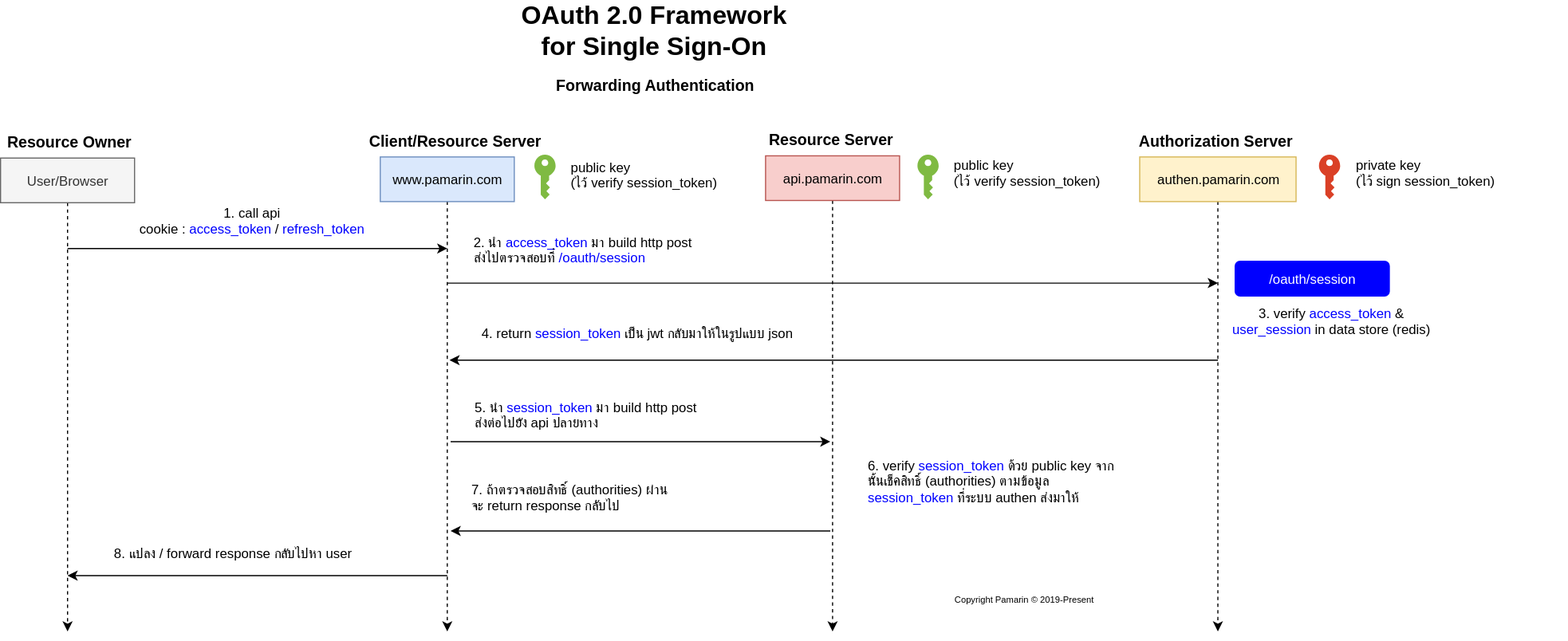
Earlier version of the draw.io export document/authentication/forward-authentication.svg (emeraldtechco/developer.pamarin.com). Source tidied: cells renumbered, new cells last; positions are measured from the earlier drawing's top-left corner, leaving out a move shared by most shapes. Source of this version:
```xml
<mxGraphModel>
  <root>
    <mxCell id="0" />
    <mxCell id="1" parent="0" />
    <mxCell id="2" style="edgeStyle=orthogonalEdgeStyle;rounded=0;jettySize=auto;html=1;dashed=1;exitX=0.5;exitY=1;exitDx=0;exitDy=0;" parent="1" edge="1" source="5">
      <mxGeometry relative="1" as="geometry">
        <mxPoint x="60" y="549" as="targetPoint" />
      </mxGeometry>
    </mxCell>
    <mxCell id="3" style="edgeStyle=orthogonalEdgeStyle;rounded=0;jettySize=auto;html=1;dashed=1;" parent="1" edge="1" source="4">
      <mxGeometry relative="1" as="geometry">
        <mxPoint x="400" y="549" as="targetPoint" />
      </mxGeometry>
    </mxCell>
    <mxCell id="4" value="www.pamarin.com" style="rounded=0;whiteSpace=wrap;html=1;fillColor=#dae8fc;strokeColor=#6c8ebf;" parent="1" vertex="1">
      <mxGeometry x="340" y="124" width="120" height="40" as="geometry" />
    </mxCell>
    <mxCell id="5" value="User/Browser" style="rounded=0;whiteSpace=wrap;html=1;fillColor=#f5f5f5;strokeColor=#666666;fontColor=#333333;" parent="1" vertex="1">
      <mxGeometry y="125" width="120" height="40" as="geometry" />
    </mxCell>
    <mxCell id="6" style="edgeStyle=orthogonalEdgeStyle;rounded=0;jettySize=auto;html=1;dashed=1;" parent="1" edge="1" source="7">
      <mxGeometry relative="1" as="geometry">
        <mxPoint x="1090" y="549" as="targetPoint" />
      </mxGeometry>
    </mxCell>
    <mxCell id="7" value="authen.pamarin.com" style="rounded=0;whiteSpace=wrap;html=1;fillColor=#fff2cc;strokeColor=#d6b656;" parent="1" vertex="1">
      <mxGeometry x="1020" y="124" width="140" height="40" as="geometry" />
    </mxCell>
    <mxCell id="8" style="endArrow=classic;html=1;" parent="1" edge="1">
      <mxGeometry relative="1" as="geometry">
        <mxPoint x="60" y="206" as="sourcePoint" />
        <mxPoint x="400" y="206" as="targetPoint" />
      </mxGeometry>
    </mxCell>
    <mxCell id="9" value="2. นำ &lt;font color=&quot;#0000ff&quot;&gt;access_token&lt;/font&gt; มา build http post &lt;br&gt;ส่งไปตรวจสอบที่ &lt;font color=&quot;#0000ff&quot;&gt;/oauth/session&lt;/font&gt;" style="text;html=1;strokeColor=none;fillColor=none;align=left;verticalAlign=middle;whiteSpace=wrap;rounded=0;" parent="1" vertex="1">
      <mxGeometry x="422" y="197" width="391" height="20" as="geometry" />
    </mxCell>
    <mxCell id="10" value="1. call api&lt;br&gt;cookie : &lt;font color=&quot;#0000ff&quot;&gt;access_token&lt;/font&gt; / &lt;font color=&quot;#0000ff&quot;&gt;refresh_token&lt;/font&gt;" style="text;html=1;strokeColor=none;fillColor=none;align=center;verticalAlign=middle;whiteSpace=wrap;rounded=0;" parent="1" vertex="1">
      <mxGeometry x="114" y="171" width="220" height="20" as="geometry" />
    </mxCell>
    <mxCell id="11" value="3. verify&amp;nbsp;&lt;font color=&quot;#0000ff&quot;&gt;access_token &lt;/font&gt;&amp;amp;&lt;font color=&quot;#0000ff&quot;&gt; user_session &lt;/font&gt;in data store (redis)" style="text;html=1;strokeColor=none;fillColor=none;align=center;verticalAlign=middle;whiteSpace=wrap;rounded=0;" parent="1" vertex="1">
      <mxGeometry x="1101" y="261" width="182" height="20" as="geometry" />
    </mxCell>
    <mxCell id="12" style="endArrow=classic;html=1;" parent="1" edge="1">
      <mxGeometry relative="1" as="geometry">
        <mxPoint x="400" y="237" as="sourcePoint" />
        <mxPoint x="1090" y="237" as="targetPoint" />
      </mxGeometry>
    </mxCell>
    <mxCell id="13" style="endArrow=classic;html=1;" parent="1" edge="1">
      <mxGeometry relative="1" as="geometry">
        <mxPoint x="1090" y="306" as="sourcePoint" />
        <mxPoint x="402" y="306" as="targetPoint" />
      </mxGeometry>
    </mxCell>
    <mxCell id="14" value="4. return &lt;font color=&quot;#0000ff&quot;&gt;session_token&lt;/font&gt;&amp;nbsp;เป็น jwt กลับมาให้ในรูปแบบ json" style="text;html=1;strokeColor=none;fillColor=none;align=center;verticalAlign=middle;whiteSpace=wrap;rounded=0;" parent="1" vertex="1">
      <mxGeometry x="420" y="272" width="299" height="20" as="geometry" />
    </mxCell>
    <mxCell id="15" value="&lt;font color=&quot;#ffffff&quot;&gt;/oauth/session&lt;/font&gt;" style="rounded=1;whiteSpace=wrap;html=1;fillColor=#0000FF;strokeColor=none;" parent="1" vertex="1">
      <mxGeometry x="1105" y="217" width="139" height="32" as="geometry" />
    </mxCell>
    <mxCell id="16" value="&lt;b&gt;&lt;font style=&quot;font-size: 14px&quot;&gt;Forwarding Authentication&lt;/font&gt;&lt;/b&gt;" style="text;html=1;strokeColor=none;fillColor=none;align=center;verticalAlign=middle;whiteSpace=wrap;rounded=0;" parent="1" vertex="1">
      <mxGeometry x="486" y="49" width="200" height="20" as="geometry" />
    </mxCell>
    <mxCell id="17" value="&lt;b&gt;&lt;font style=&quot;font-size: 14px&quot;&gt;Resource Owner&lt;/font&gt;&lt;/b&gt;" style="text;html=1;strokeColor=none;fillColor=none;align=center;verticalAlign=middle;whiteSpace=wrap;rounded=0;" parent="1" vertex="1">
      <mxGeometry x="3" y="100" width="116" height="20" as="geometry" />
    </mxCell>
    <mxCell id="18" value="&lt;b&gt;&lt;font style=&quot;font-size: 14px&quot;&gt;Authorization Server&lt;/font&gt;&lt;/b&gt;" style="text;html=1;strokeColor=none;fillColor=none;align=center;verticalAlign=middle;whiteSpace=wrap;rounded=0;" parent="1" vertex="1">
      <mxGeometry x="999" y="99" width="177" height="20" as="geometry" />
    </mxCell>
    <mxCell id="19" value="&lt;b style=&quot;font-size: 23px&quot;&gt;&lt;font style=&quot;font-size: 23px&quot;&gt;OAuth 2.0 Framework &lt;br&gt;for Single Sign-On &lt;br&gt;&lt;/font&gt;&lt;/b&gt;" style="text;html=1;strokeColor=none;fillColor=none;align=center;verticalAlign=middle;whiteSpace=wrap;rounded=0;" parent="1" vertex="1">
      <mxGeometry x="460" width="250" height="20" as="geometry" />
    </mxCell>
    <mxCell id="20" style="edgeStyle=orthogonalEdgeStyle;rounded=0;jettySize=auto;html=1;dashed=1;" parent="1" edge="1" source="21">
      <mxGeometry relative="1" as="geometry">
        <mxPoint x="745" y="549" as="targetPoint" />
      </mxGeometry>
    </mxCell>
    <mxCell id="21" value="api.pamarin.com" style="rounded=0;whiteSpace=wrap;html=1;fillColor=#f8cecc;strokeColor=#b85450;" parent="1" vertex="1">
      <mxGeometry x="685" y="123" width="120" height="40" as="geometry" />
    </mxCell>
    <mxCell id="22" value="&lt;b&gt;&lt;font style=&quot;font-size: 14px&quot;&gt;Resource Server&lt;/font&gt;&lt;/b&gt;" style="text;html=1;strokeColor=none;fillColor=none;align=center;verticalAlign=middle;whiteSpace=wrap;rounded=0;" parent="1" vertex="1">
      <mxGeometry x="655" y="98" width="177" height="20" as="geometry" />
    </mxCell>
    <mxCell id="23" style="endArrow=classic;html=1;" parent="1" edge="1">
      <mxGeometry relative="1" as="geometry">
        <mxPoint x="403" y="379" as="sourcePoint" />
        <mxPoint x="743" y="379" as="targetPoint" />
      </mxGeometry>
    </mxCell>
    <mxCell id="24" value="5. นำ &lt;font color=&quot;#0000ff&quot;&gt;session_token&lt;/font&gt; มา build http post&lt;br&gt;ส่งต่อไปยัง api ปลายทาง" style="text;html=1;strokeColor=none;fillColor=none;align=left;verticalAlign=middle;whiteSpace=wrap;rounded=0;" parent="1" vertex="1">
      <mxGeometry x="423" y="345" width="299" height="20" as="geometry" />
    </mxCell>
    <mxCell id="25" value="7. ถ้าตรวจสอบสิทธิ์ (authorities) ผ่าน&lt;br&gt;จะ return response กลับไป" style="text;html=1;strokeColor=none;fillColor=none;align=left;verticalAlign=middle;whiteSpace=wrap;rounded=0;" parent="1" vertex="1">
      <mxGeometry x="420" y="419" width="227" height="20" as="geometry" />
    </mxCell>
    <mxCell id="26" style="endArrow=classic;html=1;" parent="1" edge="1">
      <mxGeometry relative="1" as="geometry">
        <mxPoint x="743" y="459" as="sourcePoint" />
        <mxPoint x="403" y="459" as="targetPoint" />
      </mxGeometry>
    </mxCell>
    <mxCell id="27" value="6. verify &lt;font color=&quot;#0000ff&quot;&gt;session_token&lt;/font&gt; ด้วย public key จากนั้นเช็คสิทธิ์ (authorities) ตามข้อมูล &lt;br&gt;&lt;font color=&quot;#0000ff&quot;&gt;session_token&lt;/font&gt; ที่ระบบ authen ส่งมาให้" style="text;html=1;strokeColor=none;fillColor=none;align=left;verticalAlign=middle;whiteSpace=wrap;rounded=0;" parent="1" vertex="1">
      <mxGeometry x="775" y="404" width="227" height="20" as="geometry" />
    </mxCell>
    <mxCell id="28" style="endArrow=classic;html=1;" parent="1" edge="1">
      <mxGeometry relative="1" as="geometry">
        <mxPoint x="400" y="499" as="sourcePoint" />
        <mxPoint x="60" y="499" as="targetPoint" />
      </mxGeometry>
    </mxCell>
    <mxCell id="29" value="8. แปลง / forward response กลับไปหา user&amp;nbsp;" style="text;html=1;strokeColor=none;fillColor=none;align=left;verticalAlign=middle;whiteSpace=wrap;rounded=0;" parent="1" vertex="1">
      <mxGeometry x="100" y="469" width="247" height="20" as="geometry" />
    </mxCell>
    <mxCell id="30" value="&lt;font style=&quot;font-size: 8px&quot;&gt;Copyright Pamarin © 2019-Present&lt;/font&gt;" style="text;html=1;strokeColor=none;fillColor=none;align=center;verticalAlign=middle;whiteSpace=wrap;rounded=0;" parent="1" vertex="1">
      <mxGeometry x="780" y="509" width="271" height="20" as="geometry" />
    </mxCell>
    <mxCell id="31" value="&lt;b&gt;&lt;font style=&quot;font-size: 14px&quot;&gt;Client/Resource Server&lt;/font&gt;&lt;/b&gt;" style="text;html=1;strokeColor=none;fillColor=none;align=center;verticalAlign=middle;whiteSpace=wrap;rounded=0;" parent="1" vertex="1">
      <mxGeometry x="318" y="99" width="177" height="20" as="geometry" />
    </mxCell>
    <mxCell id="32" value="&lt;font style=&quot;font-size: 12px&quot;&gt;public key &lt;br&gt;(ไว้ verify session_token)&lt;/font&gt;" style="text;html=1;strokeColor=none;fillColor=none;align=left;verticalAlign=middle;whiteSpace=wrap;rounded=0;" parent="1" vertex="1">
      <mxGeometry x="509" y="130" width="191" height="20" as="geometry" />
    </mxCell>
    <mxCell id="33" value="&lt;font style=&quot;font-size: 12px&quot;&gt;public key &lt;br&gt;(ไว้ verify session_token)&lt;/font&gt;" style="text;html=1;strokeColor=none;fillColor=none;align=left;verticalAlign=middle;whiteSpace=wrap;rounded=0;" parent="1" vertex="1">
      <mxGeometry x="852" y="127.5" width="191" height="20" as="geometry" />
    </mxCell>
    <mxCell id="34" value="&lt;font style=&quot;font-size: 12px&quot;&gt;private key &lt;br&gt;(ไว้ sign session_token)&lt;/font&gt;" style="text;html=1;strokeColor=none;fillColor=none;align=left;verticalAlign=middle;whiteSpace=wrap;rounded=0;" parent="1" vertex="1">
      <mxGeometry x="1212" y="128" width="191" height="20" as="geometry" />
    </mxCell>
    <mxCell id="35" style="shadow=0;dashed=0;html=1;strokeColor=none;labelPosition=center;verticalLabelPosition=bottom;verticalAlign=top;align=center;shape=mxgraph.office.security.key_permissions;fillColor=#7FBA42;" parent="1" vertex="1">
      <mxGeometry x="478" y="122" width="19" height="40" as="geometry" />
    </mxCell>
    <mxCell id="36" style="shadow=0;dashed=0;html=1;strokeColor=none;labelPosition=center;verticalLabelPosition=bottom;verticalAlign=top;align=center;shape=mxgraph.office.security.key_permissions;fillColor=#7FBA42;" parent="1" vertex="1">
      <mxGeometry x="821" y="122" width="19" height="40" as="geometry" />
    </mxCell>
    <mxCell id="37" style="shadow=0;dashed=0;html=1;strokeColor=none;labelPosition=center;verticalLabelPosition=bottom;verticalAlign=top;align=center;shape=mxgraph.office.security.key_permissions;fillColor=#DA4026;" parent="1" vertex="1">
      <mxGeometry x="1180.5" y="122" width="19" height="40" as="geometry" />
    </mxCell>
  </root>
</mxGraphModel>
```
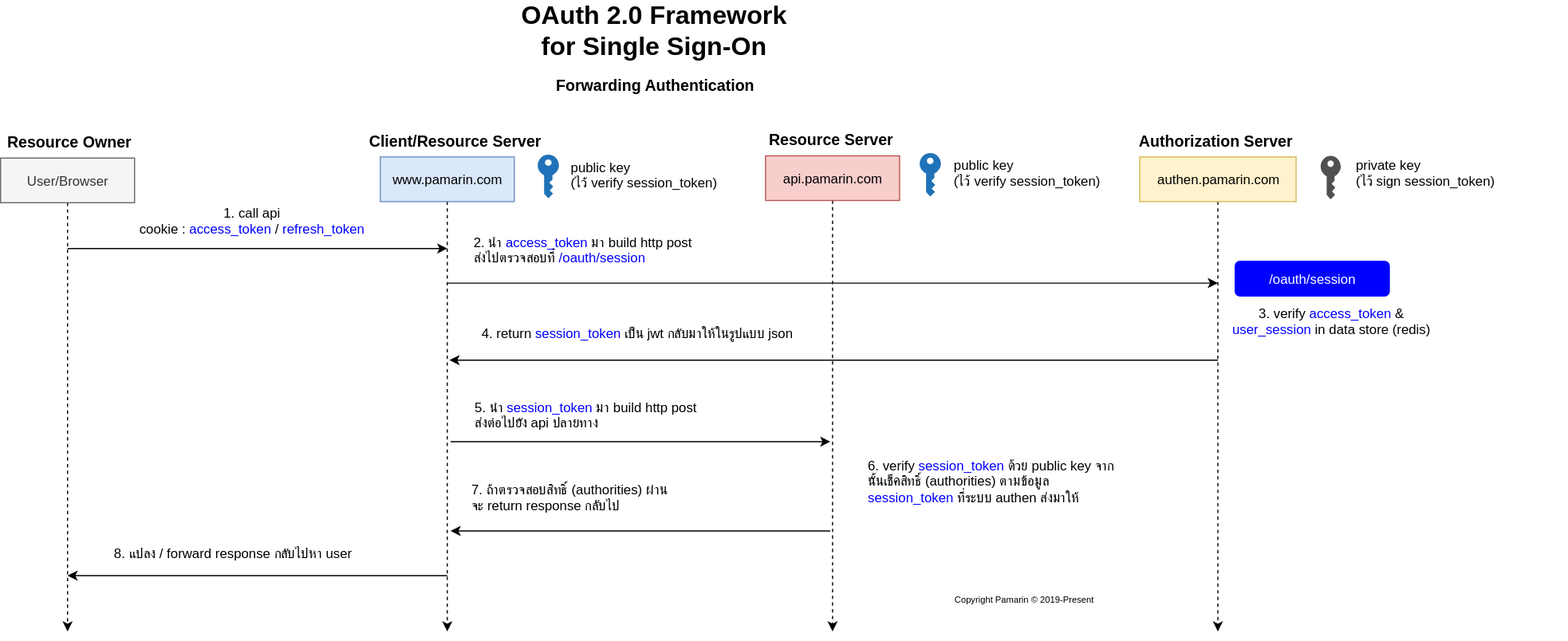
After the change.

Change to the diagram source:
```diff
@@ -127,14 +127,14 @@
     <mxCell id="34" value="&lt;font style=&quot;font-size: 12px&quot;&gt;private key &lt;br&gt;(ไว้ sign session_token)&lt;/font&gt;" style="text;html=1;strokeColor=none;fillColor=none;align=left;verticalAlign=middle;whiteSpace=wrap;rounded=0;" parent="1" vertex="1">
       <mxGeometry x="1212" y="128" width="191" height="20" as="geometry" />
     </mxCell>
-    <mxCell id="35" style="shadow=0;dashed=0;html=1;strokeColor=none;labelPosition=center;verticalLabelPosition=bottom;verticalAlign=top;align=center;shape=mxgraph.office.security.key_permissions;fillColor=#7FBA42;" parent="1" vertex="1">
-      <mxGeometry x="478" y="122" width="19" height="40" as="geometry" />
-    </mxCell>
-    <mxCell id="36" style="shadow=0;dashed=0;html=1;strokeColor=none;labelPosition=center;verticalLabelPosition=bottom;verticalAlign=top;align=center;shape=mxgraph.office.security.key_permissions;fillColor=#7FBA42;" parent="1" vertex="1">
-      <mxGeometry x="821" y="122" width="19" height="40" as="geometry" />
-    </mxCell>
-    <mxCell id="37" style="shadow=0;dashed=0;html=1;strokeColor=none;labelPosition=center;verticalLabelPosition=bottom;verticalAlign=top;align=center;shape=mxgraph.office.security.key_permissions;fillColor=#DA4026;" parent="1" vertex="1">
-      <mxGeometry x="1180.5" y="122" width="19" height="40" as="geometry" />
-    </mxCell>
+    <mxCell id="38" style="shadow=0;dashed=0;html=1;strokeColor=none;labelPosition=center;verticalLabelPosition=bottom;verticalAlign=top;align=center;shape=mxgraph.office.security.key_permissions;fillColor=#2072B8;" parent="1" vertex="1">
+      <mxGeometry x="481" y="122" width="19" height="39" as="geometry" />
+    </mxCell>
+    <mxCell id="39" style="shadow=0;dashed=0;html=1;strokeColor=none;labelPosition=center;verticalLabelPosition=bottom;verticalAlign=top;align=center;shape=mxgraph.office.security.key_permissions;fillColor=#2072B8;" parent="1" vertex="1">
+      <mxGeometry x="823" y="120.5" width="19" height="39" as="geometry" />
+    </mxCell>
+    <mxCell id="40" style="shadow=0;dashed=0;html=1;strokeColor=none;fillColor=#505050;labelPosition=center;verticalLabelPosition=bottom;verticalAlign=top;align=center;shape=mxgraph.office.security.key_permissions;" parent="1" vertex="1">
+      <mxGeometry x="1182" y="123" width="18" height="39" as="geometry" />
+    </mxCell>
   </root>
 </mxGraphModel>
```
